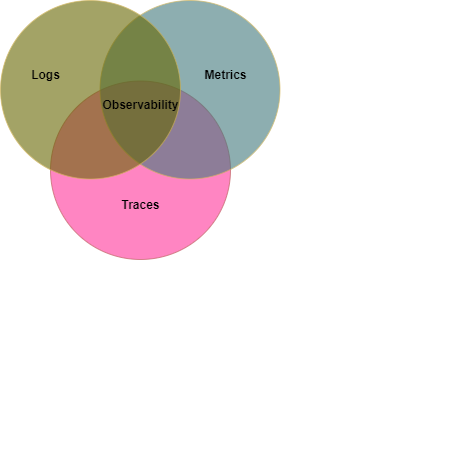
The draw.io diagram observability.drawio.png in webaayu/cloudyuga, before a commit. Source tidied: cells renumbered, new cells last; positions are measured from the earlier drawing's top-left corner, leaving out a move shared by most shapes.
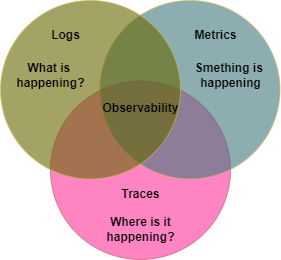
Above is the later version.

The edit, as a diff of the source:
```diff
@@ -5,15 +5,6 @@
     <mxCell id="2" style="ellipse;fillColor=#FF3399;opacity=60;strokeColor=#b85450;html=1;" parent="1" vertex="1">
       <mxGeometry x="50" y="80.5" width="180" height="178.5" as="geometry" />
     </mxCell>
-    <mxCell id="3" value="Tradition" style="text;fontSize=24;align=center;verticalAlign=middle;html=1;fontColor=#FFFFFF;" parent="1" vertex="1">
-      <mxGeometry x="219.5" y="388.5" width="190" height="70" as="geometry" />
-    </mxCell>
-    <mxCell id="4" value="Military" style="text;align=center;html=1;fontColor=#FFFFFF;fontSize=16;" parent="1" vertex="1">
-      <mxGeometry x="289.5" y="28.5" width="40" height="40" as="geometry" />
-    </mxCell>
-    <mxCell id="5" value="Chaos" style="text;align=center;html=1;fontColor=#FFFFFF;fontSize=16;" parent="1" vertex="1">
-      <mxGeometry x="419.5" y="248.5" width="40" height="40" as="geometry" />
-    </mxCell>
     <mxCell id="6" value="&amp;nbsp; &amp;nbsp; &amp;nbsp;&amp;nbsp;" style="ellipse;fillColor=#41787c;opacity=60;strokeColor=#d6b656;html=1;" parent="1" vertex="1">
       <mxGeometry x="99.5" width="180" height="178.5" as="geometry" />
     </mxCell>
@@ -21,16 +12,25 @@
       <mxGeometry width="180" height="178.5" as="geometry" />
     </mxCell>
     <mxCell id="8" value="Observability" style="text;html=1;align=center;verticalAlign=middle;strokeColor=none;fillColor=none;fontStyle=1;" parent="1" vertex="1">
-      <mxGeometry x="90" y="90" width="100" height="30" as="geometry" />
+      <mxGeometry x="90" y="93" width="100" height="30" as="geometry" />
     </mxCell>
     <mxCell id="9" value="Traces" style="text;html=1;align=center;verticalAlign=middle;strokeColor=none;fillColor=none;fontStyle=1;" parent="1" vertex="1">
-      <mxGeometry x="110" y="190" width="60" height="30" as="geometry" />
+      <mxGeometry x="110" y="178.5" width="60" height="30" as="geometry" />
     </mxCell>
     <mxCell id="10" value="Logs" style="text;html=1;align=center;verticalAlign=middle;strokeColor=none;fillColor=none;fontStyle=1;" parent="1" vertex="1">
-      <mxGeometry x="20" y="60" width="50" height="30" as="geometry" />
+      <mxGeometry x="40" y="20" width="50" height="30" as="geometry" />
     </mxCell>
     <mxCell id="11" value="Metrics" style="text;html=1;align=center;verticalAlign=middle;strokeColor=none;fillColor=none;fontStyle=1;" parent="1" vertex="1">
-      <mxGeometry x="190" y="60" width="70" height="30" as="geometry" />
+      <mxGeometry x="180" y="20" width="70" height="30" as="geometry" />
     </mxCell>
+    <mxCell id="12" value="Smething is&amp;nbsp;&lt;br&gt;happening" style="text;html=1;align=center;verticalAlign=middle;strokeColor=none;fillColor=none;fontStyle=1;" parent="1" vertex="1">
+      <mxGeometry x="185" y="55" width="90" height="40" as="geometry" />
+    </mxCell>
+    <mxCell id="13" value="Where is it&lt;br&gt;happening?" style="text;html=1;align=center;verticalAlign=middle;strokeColor=none;fillColor=none;fontStyle=1;" parent="1" vertex="1">
+      <mxGeometry x="95" y="209" width="90" height="40" as="geometry" />
+    </mxCell>
+    <mxCell id="14" value="What is&amp;nbsp;&lt;br&gt;happening?" style="text;html=1;align=center;verticalAlign=middle;strokeColor=none;fillColor=none;fontStyle=1;" parent="1" vertex="1">
+      <mxGeometry x="5" y="55" width="90" height="40" as="geometry" />
+    </mxCell>
   </root>
 </mxGraphModel>
```
